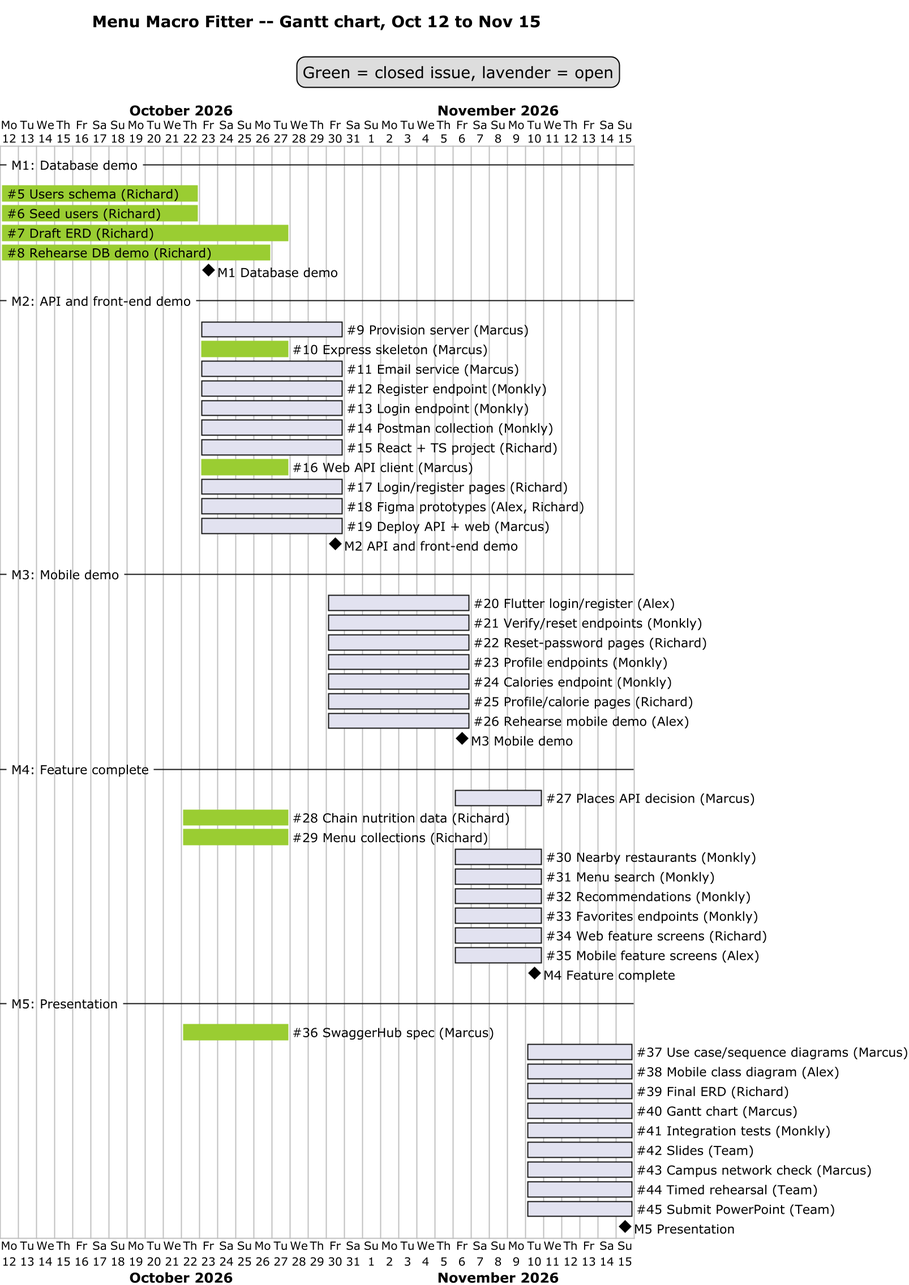
polter-dev/POOSD_large_proj keeps this PlantUML diagram as docs/diagrams/gantt.png. Above is the earlier version.
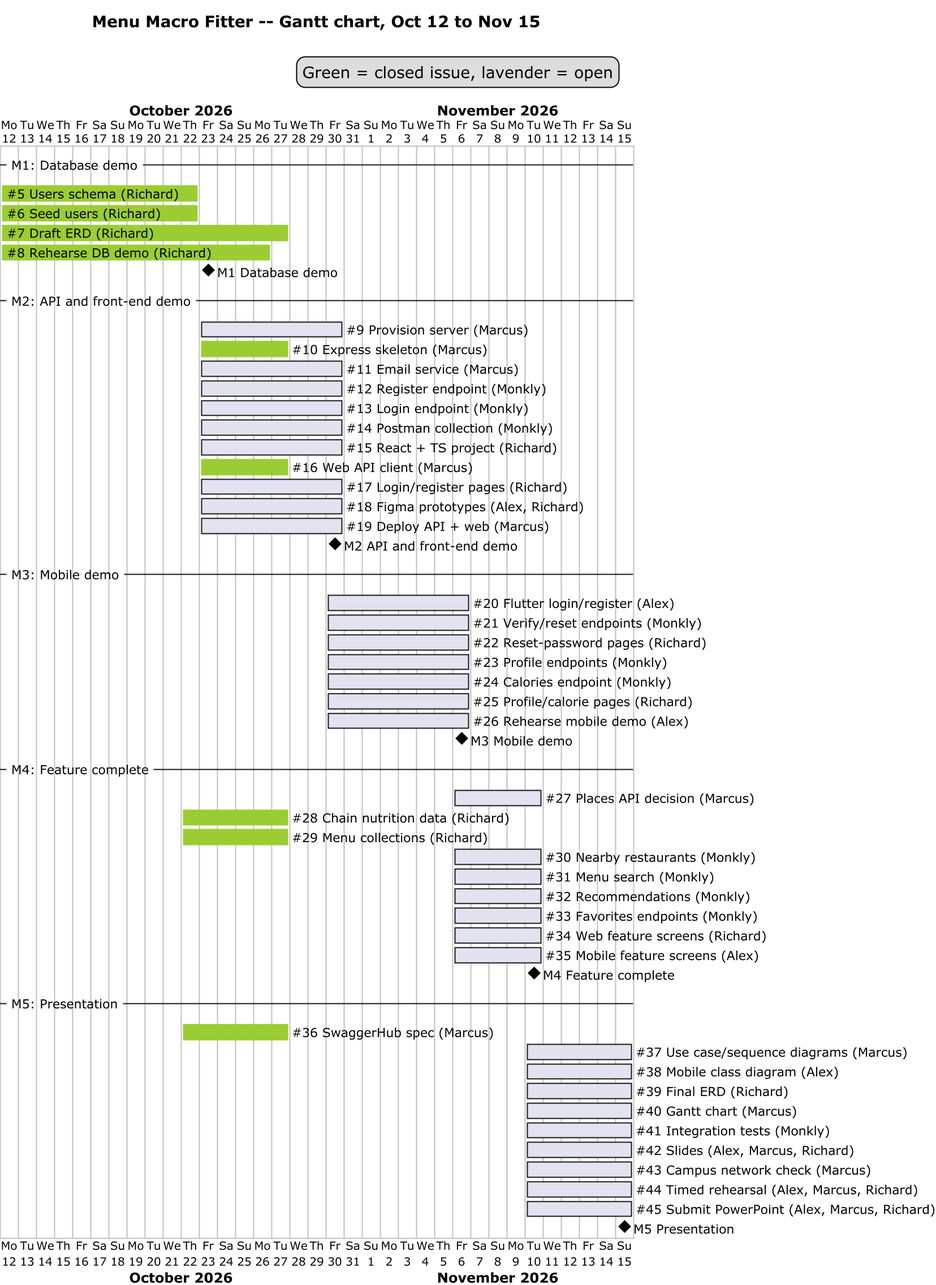
The same diagram one commit later.

Commit message:
Gantt: list actual assignees for #42, #44, #45 instead of Team

The edit, as a diff of the source:
```diff
@@ -59,9 +59,9 @@
 [~#39 Final ERD (Richard)] starts 2026-11-10 and ends 2026-11-15
 [~#40 Gantt chart (Marcus)] starts 2026-11-10 and ends 2026-11-15
 [~#41 Integration tests (Monkly)] starts 2026-11-10 and ends 2026-11-15
-[~#42 Slides (Team)] starts 2026-11-10 and ends 2026-11-15
+[~#42 Slides (Alex, Marcus, Richard)] starts 2026-11-10 and ends 2026-11-15
 [~#43 Campus network check (Marcus)] starts 2026-11-10 and ends 2026-11-15
-[~#44 Timed rehearsal (Team)] starts 2026-11-10 and ends 2026-11-15
-[~#45 Submit PowerPoint (Team)] starts 2026-11-10 and ends 2026-11-15
+[~#44 Timed rehearsal (Alex, Marcus, Richard)] starts 2026-11-10 and ends 2026-11-15
+[~#45 Submit PowerPoint (Alex, Marcus, Richard)] starts 2026-11-10 and ends 2026-11-15
 [M5 Presentation] happens at 2026-11-15
 @endgantt
```
